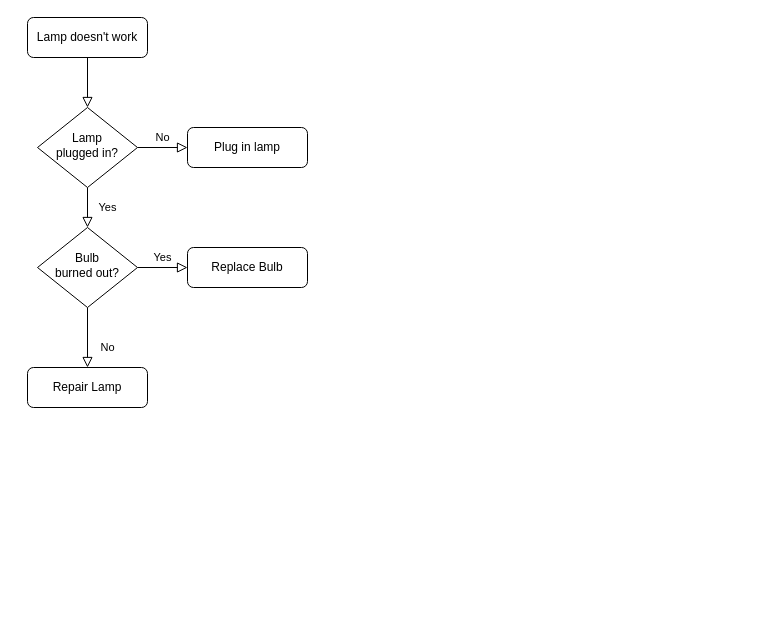
Above: Unbenanntes Diagramm.drawio in Henrik-Geissler/WebApp (draw.io), before the change. Source tidied: cells renumbered, new cells numbered last; positions are measured from the earlier drawing's top-left corner, leaving out a move shared by most shapes. Both pictures are drawn from the tidied source at 100%, with x=0, y=0 at pixel (27, 17).
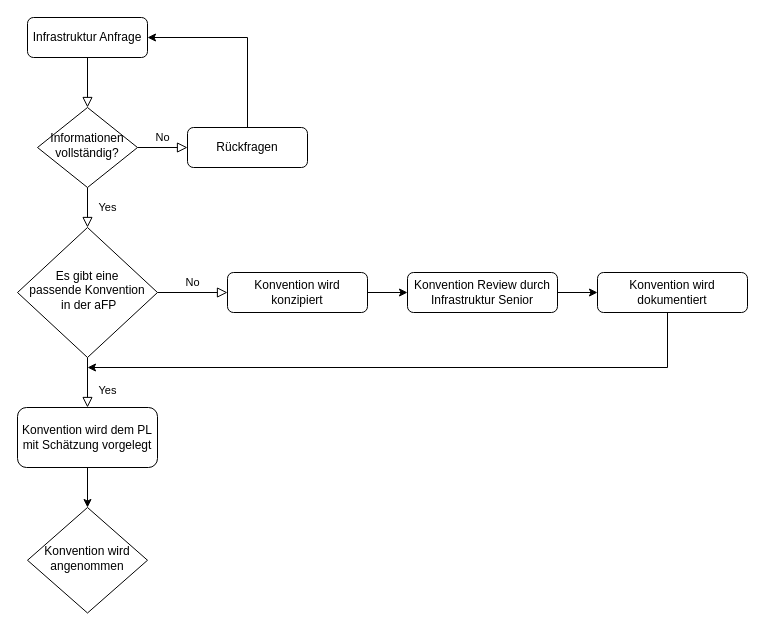
The same page after the edit.

Change to the diagram source:
```diff
@@
-    <mxCell id="3" value="Lamp doesn't work" style="rounded=1;whiteSpace=wrap;html=1;fontSize=12;glass=0;strokeWidth=1;shadow=0;" parent="1" vertex="1">
+    <mxCell id="3" value="Infrastruktur Anfrage" style="rounded=1;whiteSpace=wrap;html=1;fontSize=12;glass=0;strokeWidth=1;shadow=0;" parent="1" vertex="1">
       <mxGeometry width="120" height="40" as="geometry" />
     </mxCell>
@@
-    <mxCell id="5" value="No" style="edgeStyle=orthogonalEdgeStyle;rounded=0;html=1;jettySize=auto;fontSize=11;endArrow=block;endFill=0;endSize=8;strokeWidth=1;shadow=0;labelBackgroundColor=none;" parent="1" edge="1" source="6" target="7">
+    <mxCell id="5" value="No" style="edgeStyle=orthogonalEdgeStyle;rounded=0;html=1;jettySize=auto;fontSize=11;endArrow=block;endFill=0;endSize=8;strokeWidth=1;shadow=0;labelBackgroundColor=none;entryX=0;entryY=0.5;entryDx=0;entryDy=0;" parent="1" edge="1" source="6" target="7">
       <mxGeometry y="10" relative="1" as="geometry" />
     </mxCell>
-    <mxCell id="6" value="Lamp&lt;br&gt;plugged in?" style="rhombus;whiteSpace=wrap;html=1;shadow=0;fontFamily=Helvetica;fontSize=12;align=center;strokeWidth=1;spacing=6;spacingTop=-4;" parent="1" vertex="1">
+    <mxCell id="6" value="Informationen vollständig?" style="rhombus;whiteSpace=wrap;html=1;shadow=0;fontFamily=Helvetica;fontSize=12;align=center;strokeWidth=1;spacing=6;spacingTop=-4;" parent="1" vertex="1">
       <mxGeometry x="10" y="90" width="100" height="80" as="geometry" />
     </mxCell>
+    <mxCell id="13" style="edgeStyle=orthogonalEdgeStyle;rounded=0;jettySize=auto;html=1;exitX=0.5;exitY=0;exitDx=0;exitDy=0;entryX=1;entryY=0.5;entryDx=0;entryDy=0;" parent="1" edge="1" source="7" target="3">
+      <mxGeometry relative="1" as="geometry" />
+    </mxCell>
-    <mxCell id="7" value="Plug in lamp" style="rounded=1;whiteSpace=wrap;html=1;fontSize=12;glass=0;strokeWidth=1;shadow=0;" parent="1" vertex="1">
+    <mxCell id="7" value="Rückfragen" style="rounded=1;whiteSpace=wrap;html=1;fontSize=12;glass=0;strokeWidth=1;shadow=0;" parent="1" vertex="1">
       <mxGeometry x="160" y="110" width="120" height="40" as="geometry" />
     </mxCell>
-    <mxCell id="8" value="No" style="rounded=0;html=1;jettySize=auto;fontSize=11;endArrow=block;endFill=0;endSize=8;strokeWidth=1;shadow=0;labelBackgroundColor=none;edgeStyle=orthogonalEdgeStyle;" parent="1" edge="1" source="10" target="11">
+    <mxCell id="8" value="Yes" style="rounded=0;html=1;jettySize=auto;fontSize=11;endArrow=block;endFill=0;endSize=8;strokeWidth=1;shadow=0;labelBackgroundColor=none;edgeStyle=orthogonalEdgeStyle;" parent="1" edge="1" source="10" target="11">
       <mxGeometry x="0.33" y="20" relative="1" as="geometry" />
     </mxCell>
-    <mxCell id="9" value="Yes" style="edgeStyle=orthogonalEdgeStyle;rounded=0;html=1;jettySize=auto;fontSize=11;endArrow=block;endFill=0;endSize=8;strokeWidth=1;shadow=0;labelBackgroundColor=none;" parent="1" edge="1" source="10" target="12">
+    <mxCell id="9" value="No" style="edgeStyle=orthogonalEdgeStyle;rounded=0;html=1;jettySize=auto;fontSize=11;endArrow=block;endFill=0;endSize=8;strokeWidth=1;shadow=0;labelBackgroundColor=none;" parent="1" edge="1" source="10" target="12">
       <mxGeometry y="10" relative="1" as="geometry" />
     </mxCell>
-    <mxCell id="10" value="Bulb&lt;br&gt;burned out?" style="rhombus;whiteSpace=wrap;html=1;shadow=0;fontFamily=Helvetica;fontSize=12;align=center;strokeWidth=1;spacing=6;spacingTop=-4;" parent="1" vertex="1">
-      <mxGeometry x="10" y="210" width="100" height="80" as="geometry" />
+    <mxCell id="10" value="Es gibt eine &lt;br&gt;passende Konvention&lt;br&gt;&amp;nbsp;in der aFP" style="rhombus;whiteSpace=wrap;html=1;shadow=0;fontFamily=Helvetica;fontSize=12;align=center;strokeWidth=1;spacing=6;spacingTop=-4;" parent="1" vertex="1">
+      <mxGeometry x="-10" y="210" width="140" height="130" as="geometry" />
     </mxCell>
+    <mxCell id="14" style="edgeStyle=orthogonalEdgeStyle;rounded=0;jettySize=auto;html=1;exitX=0.5;exitY=1;exitDx=0;exitDy=0;" parent="1" edge="1" source="11" target="20">
+      <mxGeometry relative="1" as="geometry" />
+    </mxCell>
-    <mxCell id="11" value="Repair Lamp" style="rounded=1;whiteSpace=wrap;html=1;fontSize=12;glass=0;strokeWidth=1;shadow=0;" parent="1" vertex="1">
-      <mxGeometry y="350" width="120" height="40" as="geometry" />
+    <mxCell id="11" value="Konvention wird dem PL mit Schätzung vorgelegt" style="rounded=1;whiteSpace=wrap;html=1;fontSize=12;glass=0;strokeWidth=1;shadow=0;" parent="1" vertex="1">
+      <mxGeometry x="-10" y="390" width="140" height="60" as="geometry" />
     </mxCell>
+    <mxCell id="15" style="edgeStyle=orthogonalEdgeStyle;rounded=0;jettySize=auto;html=1;exitX=1;exitY=0.5;exitDx=0;exitDy=0;entryX=0;entryY=0.5;entryDx=0;entryDy=0;" parent="1" edge="1" source="12" target="17">
+      <mxGeometry relative="1" as="geometry" />
+    </mxCell>
-    <mxCell id="12" value="Replace Bulb" style="rounded=1;whiteSpace=wrap;html=1;fontSize=12;glass=0;strokeWidth=1;shadow=0;" parent="1" vertex="1">
-      <mxGeometry x="160" y="230" width="120" height="40" as="geometry" />
+    <mxCell id="12" value="Konvention wird konzipiert" style="rounded=1;whiteSpace=wrap;html=1;fontSize=12;glass=0;strokeWidth=1;shadow=0;" parent="1" vertex="1">
+      <mxGeometry x="200" y="255" width="140" height="40" as="geometry" />
     </mxCell>
+    <mxCell id="16" style="edgeStyle=orthogonalEdgeStyle;rounded=0;jettySize=auto;html=1;exitX=1;exitY=0.5;exitDx=0;exitDy=0;entryX=0;entryY=0.5;entryDx=0;entryDy=0;" parent="1" edge="1" source="17" target="19">
+      <mxGeometry relative="1" as="geometry" />
+    </mxCell>
+    <mxCell id="17" value="Konvention Review durch Infrastruktur Senior" style="rounded=1;whiteSpace=wrap;html=1;fontSize=12;glass=0;strokeWidth=1;shadow=0;" parent="1" vertex="1">
+      <mxGeometry x="380" y="255" width="150" height="40" as="geometry" />
+    </mxCell>
+    <mxCell id="18" style="edgeStyle=orthogonalEdgeStyle;rounded=0;jettySize=auto;html=1;exitX=0.5;exitY=0;exitDx=0;exitDy=0;" parent="1" edge="1" source="19">
+      <mxGeometry relative="1" as="geometry">
+        <mxPoint x="60" y="350" as="targetPoint" />
+        <Array as="points">
+          <mxPoint x="640" y="255" />
+          <mxPoint x="640" y="350" />
+        </Array>
+      </mxGeometry>
+    </mxCell>
+    <mxCell id="19" value="Konvention wird dokumentiert" style="rounded=1;whiteSpace=wrap;html=1;fontSize=12;glass=0;strokeWidth=1;shadow=0;" parent="1" vertex="1">
+      <mxGeometry x="570" y="255" width="150" height="40" as="geometry" />
+    </mxCell>
+    <mxCell id="20" value="Konvention wird angenommen" style="rhombus;whiteSpace=wrap;html=1;shadow=0;fontFamily=Helvetica;fontSize=12;align=center;strokeWidth=1;spacing=6;spacingTop=-4;" parent="1" vertex="1">
+      <mxGeometry y="490" width="120" height="105.5" as="geometry" />
+    </mxCell>
```
